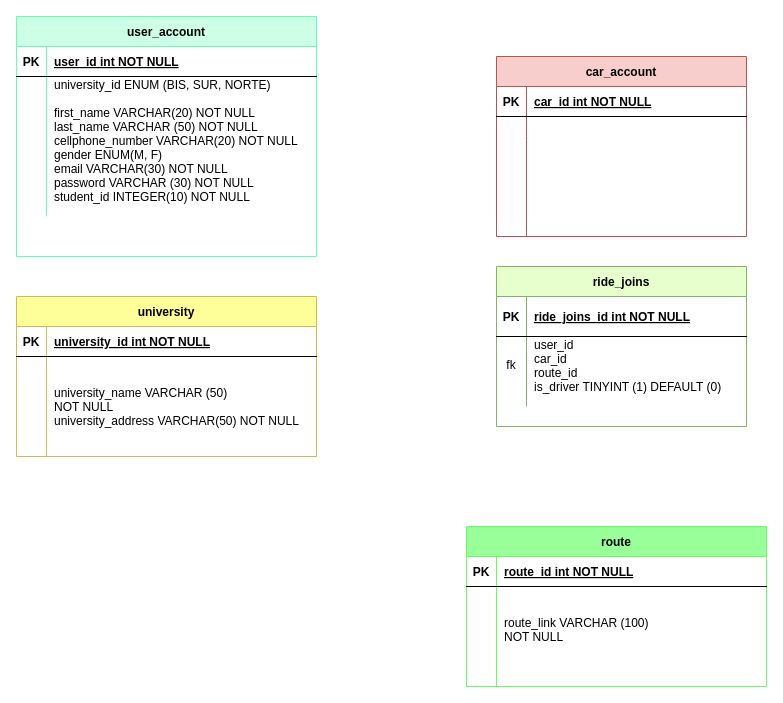
The draw.io diagram entity-relationship-diagram.drawio in carpool-bis/entity-relationship-diagram, before the edit. Source tidied: cells renumbered, new cells numbered last; positions are measured from the earlier drawing's top-left corner, leaving out a move shared by most shapes. Both pictures are drawn from the tidied source at 100%, with x=0, y=0 at pixel (16, 16).
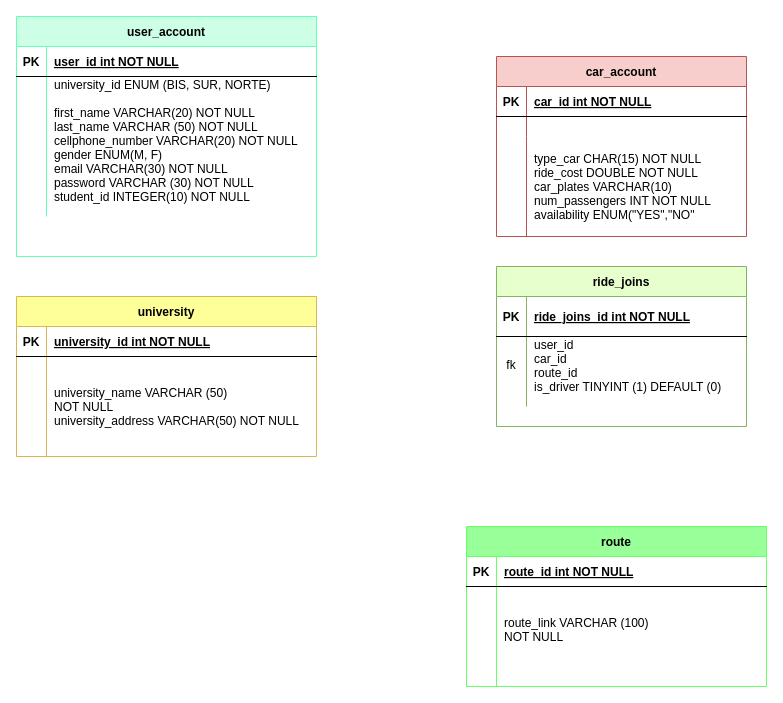
After the change.

Unchanged cells that the change refers to:
```xml
<mxCell id="16" style="shape=partialRectangle;fillColor=none;top=0;left=0;right=0;bottom=0;" parent="9" vertex="1">
  <mxGeometry y="80" width="250" height="100" as="geometry" />
</mxCell>
```

What changed in the source:
```diff
@@
-    <mxCell id="18" style="shape=partialRectangle;overflow=hidden;fillColor=none;top=0;left=0;bottom=0;right=0;align=left;spacingLeft=6;" parent="16" vertex="1">
+    <mxCell id="18" value="type_car CHAR(15) NOT NULL&#10;ride_cost DOUBLE NOT NULL&#10;car_plates VARCHAR(10)&#10;num_passengers INT NOT NULL&#10;availability ENUM(&quot;YES&quot;,&quot;NO&quot;" style="shape=partialRectangle;overflow=hidden;fillColor=none;top=0;left=0;bottom=0;right=0;align=left;spacingLeft=6;" parent="16" vertex="1">
       <mxGeometry x="30" width="220" height="100" as="geometry" />
     </mxCell>
```
